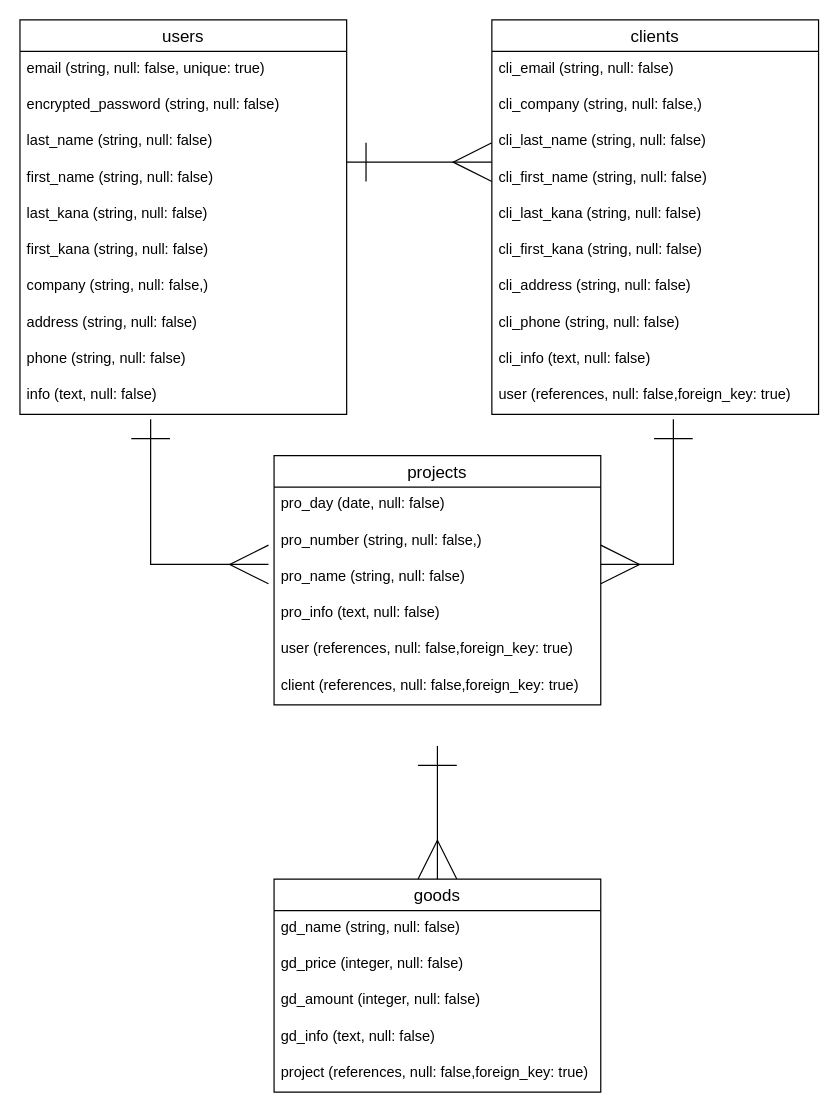
This is ER.dio from Harada-Yudai/mitsumorimasu, a draw.io file, before an edit. Source tidied: cells renumbered, new cells numbered last; positions are measured from the earlier drawing's top-left corner, leaving out a move shared by most shapes. Both pictures are drawn from the tidied source at 121%, with x=0, y=0 at pixel (19, 19).
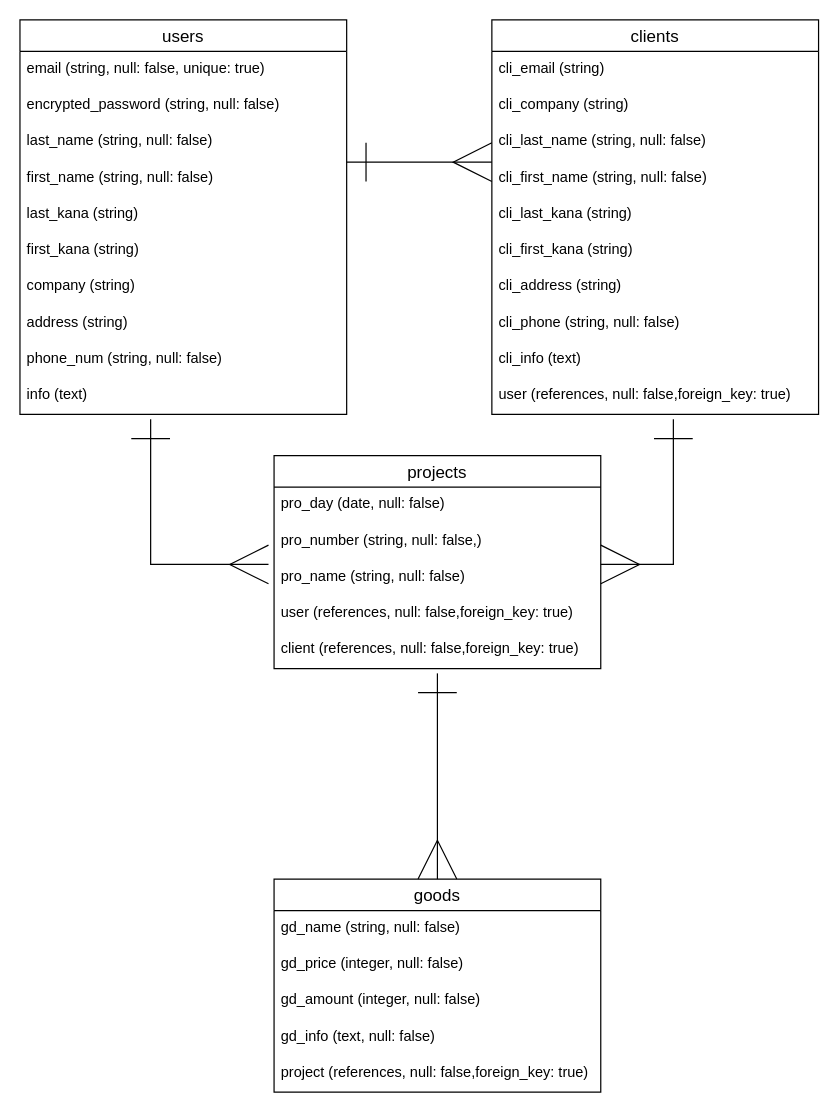
The same page after the edit.

The change refers to these unchanged cells:
```xml
<mxCell id="2" value="users" style="swimlane;fontStyle=0;horizontal=1;startSize=26;align=center;fontSize=14;" parent="1" vertex="1">
  <mxGeometry width="270" height="326" as="geometry" />
</mxCell>
<mxCell id="13" value="clients" style="swimlane;fontStyle=0;horizontal=1;startSize=26;align=center;fontSize=14;" parent="1" vertex="1">
  <mxGeometry x="390" width="270" height="326" as="geometry" />
</mxCell>
<mxCell id="34" value="goods" style="swimlane;fontStyle=0;horizontal=1;startSize=26;align=center;fontSize=14;" parent="1" vertex="1">
  <mxGeometry x="210" y="710" width="270" height="176" as="geometry" />
</mxCell>
```

Change to the diagram source:
```diff
@@
-    <mxCell id="7" value="last_kana (string, null: false)&#10;" style="text;strokeColor=none;fillColor=none;spacingLeft=4;spacingRight=4;overflow=hidden;fontSize=12;" parent="2" vertex="1">
+    <mxCell id="7" value="last_kana (string)&#10;" style="text;strokeColor=none;fillColor=none;spacingLeft=4;spacingRight=4;overflow=hidden;fontSize=12;" parent="2" vertex="1">
       <mxGeometry y="146" width="270" height="30" as="geometry" />
     </mxCell>
-    <mxCell id="8" value="first_kana (string, null: false)" style="text;strokeColor=none;fillColor=none;spacingLeft=4;spacingRight=4;overflow=hidden;fontSize=12;" parent="2" vertex="1">
+    <mxCell id="8" value="first_kana (string)" style="text;strokeColor=none;fillColor=none;spacingLeft=4;spacingRight=4;overflow=hidden;fontSize=12;" parent="2" vertex="1">
       <mxGeometry y="176" width="270" height="30" as="geometry" />
     </mxCell>
-    <mxCell id="9" value="company (string, null: false,)" style="text;strokeColor=none;fillColor=none;spacingLeft=4;spacingRight=4;overflow=hidden;fontSize=12;" parent="2" vertex="1">
+    <mxCell id="9" value="company (string)" style="text;strokeColor=none;fillColor=none;spacingLeft=4;spacingRight=4;overflow=hidden;fontSize=12;" parent="2" vertex="1">
       <mxGeometry y="206" width="270" height="30" as="geometry" />
     </mxCell>
-    <mxCell id="10" value="address (string, null: false)" style="text;strokeColor=none;fillColor=none;spacingLeft=4;spacingRight=4;overflow=hidden;fontSize=12;" parent="2" vertex="1">
+    <mxCell id="10" value="address (string)" style="text;strokeColor=none;fillColor=none;spacingLeft=4;spacingRight=4;overflow=hidden;fontSize=12;" parent="2" vertex="1">
       <mxGeometry y="236" width="270" height="30" as="geometry" />
     </mxCell>
-    <mxCell id="11" value="phone (string, null: false)" style="text;strokeColor=none;fillColor=none;spacingLeft=4;spacingRight=4;overflow=hidden;fontSize=12;" parent="2" vertex="1">
+    <mxCell id="11" value="phone_num (string, null: false)" style="text;strokeColor=none;fillColor=none;spacingLeft=4;spacingRight=4;overflow=hidden;fontSize=12;" parent="2" vertex="1">
       <mxGeometry y="266" width="270" height="30" as="geometry" />
     </mxCell>
-    <mxCell id="12" value="info (text, null: false)" style="text;strokeColor=none;fillColor=none;spacingLeft=4;spacingRight=4;overflow=hidden;fontSize=12;" parent="2" vertex="1">
+    <mxCell id="12" value="info (text)" style="text;strokeColor=none;fillColor=none;spacingLeft=4;spacingRight=4;overflow=hidden;fontSize=12;" parent="2" vertex="1">
       <mxGeometry y="296" width="270" height="30" as="geometry" />
     </mxCell>
@@
-    <mxCell id="14" value="cli_email (string, null: false)" style="text;strokeColor=none;fillColor=none;spacingLeft=4;spacingRight=4;overflow=hidden;fontSize=12;" parent="13" vertex="1">
+    <mxCell id="14" value="cli_email (string)" style="text;strokeColor=none;fillColor=none;spacingLeft=4;spacingRight=4;overflow=hidden;fontSize=12;" parent="13" vertex="1">
       <mxGeometry y="26" width="270" height="30" as="geometry" />
     </mxCell>
-    <mxCell id="15" value="cli_company (string, null: false,)" style="text;strokeColor=none;fillColor=none;spacingLeft=4;spacingRight=4;overflow=hidden;fontSize=12;" parent="13" vertex="1">
+    <mxCell id="15" value="cli_company (string)" style="text;strokeColor=none;fillColor=none;spacingLeft=4;spacingRight=4;overflow=hidden;fontSize=12;" parent="13" vertex="1">
       <mxGeometry y="56" width="270" height="30" as="geometry" />
     </mxCell>
@@
-    <mxCell id="18" value="cli_last_kana (string, null: false)" style="text;strokeColor=none;fillColor=none;spacingLeft=4;spacingRight=4;overflow=hidden;fontSize=12;" parent="13" vertex="1">
+    <mxCell id="18" value="cli_last_kana (string)" style="text;strokeColor=none;fillColor=none;spacingLeft=4;spacingRight=4;overflow=hidden;fontSize=12;" parent="13" vertex="1">
       <mxGeometry y="146" width="270" height="30" as="geometry" />
     </mxCell>
-    <mxCell id="19" value="cli_first_kana (string, null: false)" style="text;strokeColor=none;fillColor=none;spacingLeft=4;spacingRight=4;overflow=hidden;fontSize=12;" parent="13" vertex="1">
+    <mxCell id="19" value="cli_first_kana (string)" style="text;strokeColor=none;fillColor=none;spacingLeft=4;spacingRight=4;overflow=hidden;fontSize=12;" parent="13" vertex="1">
       <mxGeometry y="176" width="270" height="30" as="geometry" />
     </mxCell>
-    <mxCell id="20" value="cli_address (string, null: false)" style="text;strokeColor=none;fillColor=none;spacingLeft=4;spacingRight=4;overflow=hidden;fontSize=12;" parent="13" vertex="1">
+    <mxCell id="20" value="cli_address (string)" style="text;strokeColor=none;fillColor=none;spacingLeft=4;spacingRight=4;overflow=hidden;fontSize=12;" parent="13" vertex="1">
       <mxGeometry y="206" width="270" height="30" as="geometry" />
     </mxCell>
@@
-    <mxCell id="22" value="cli_info (text, null: false)" style="text;strokeColor=none;fillColor=none;spacingLeft=4;spacingRight=4;overflow=hidden;fontSize=12;" parent="13" vertex="1">
+    <mxCell id="22" value="cli_info (text)" style="text;strokeColor=none;fillColor=none;spacingLeft=4;spacingRight=4;overflow=hidden;fontSize=12;" parent="13" vertex="1">
       <mxGeometry y="266" width="270" height="30" as="geometry" />
     </mxCell>
@@
     <mxCell id="25" value="projects" style="swimlane;fontStyle=0;horizontal=1;startSize=26;align=center;fontSize=14;" parent="1" vertex="1">
-      <mxGeometry x="210" y="360" width="270" height="206" as="geometry" />
+      <mxGeometry x="210" y="360" width="270" height="176" as="geometry" />
     </mxCell>
@@
-    <mxCell id="29" value="pro_info (text, null: false)" style="text;strokeColor=none;fillColor=none;spacingLeft=4;spacingRight=4;overflow=hidden;fontSize=12;" parent="25" vertex="1">
-      <mxGeometry y="116" width="270" height="30" as="geometry" />
-    </mxCell>
     <mxCell id="30" value="user (references, null: false,foreign_key: true)" style="text;strokeColor=none;fillColor=none;spacingLeft=4;spacingRight=4;overflow=hidden;fontSize=12;" parent="25" vertex="1">
-      <mxGeometry y="146" width="270" height="30" as="geometry" />
+      <mxGeometry y="116" width="270" height="30" as="geometry" />
     </mxCell>
     <mxCell id="31" value="client (references, null: false,foreign_key: true)" style="text;strokeColor=none;fillColor=none;spacingLeft=4;spacingRight=4;overflow=hidden;fontSize=12;" parent="25" vertex="1">
-      <mxGeometry y="176" width="270" height="30" as="geometry" />
+      <mxGeometry y="146" width="270" height="30" as="geometry" />
     </mxCell>
@@
     <mxCell id="40" style="endArrow=ERmany;html=1;rounded=0;endFill=0;startSize=30;startArrow=ERone;startFill=0;endSize=30;entryX=0.5;entryY=0;entryDx=0;entryDy=0;" parent="1" edge="1" target="34">
       <mxGeometry relative="1" as="geometry">
-        <mxPoint x="345" y="600" as="sourcePoint" />
+        <mxPoint x="345" y="540" as="sourcePoint" />
       </mxGeometry>
     </mxCell>
```
